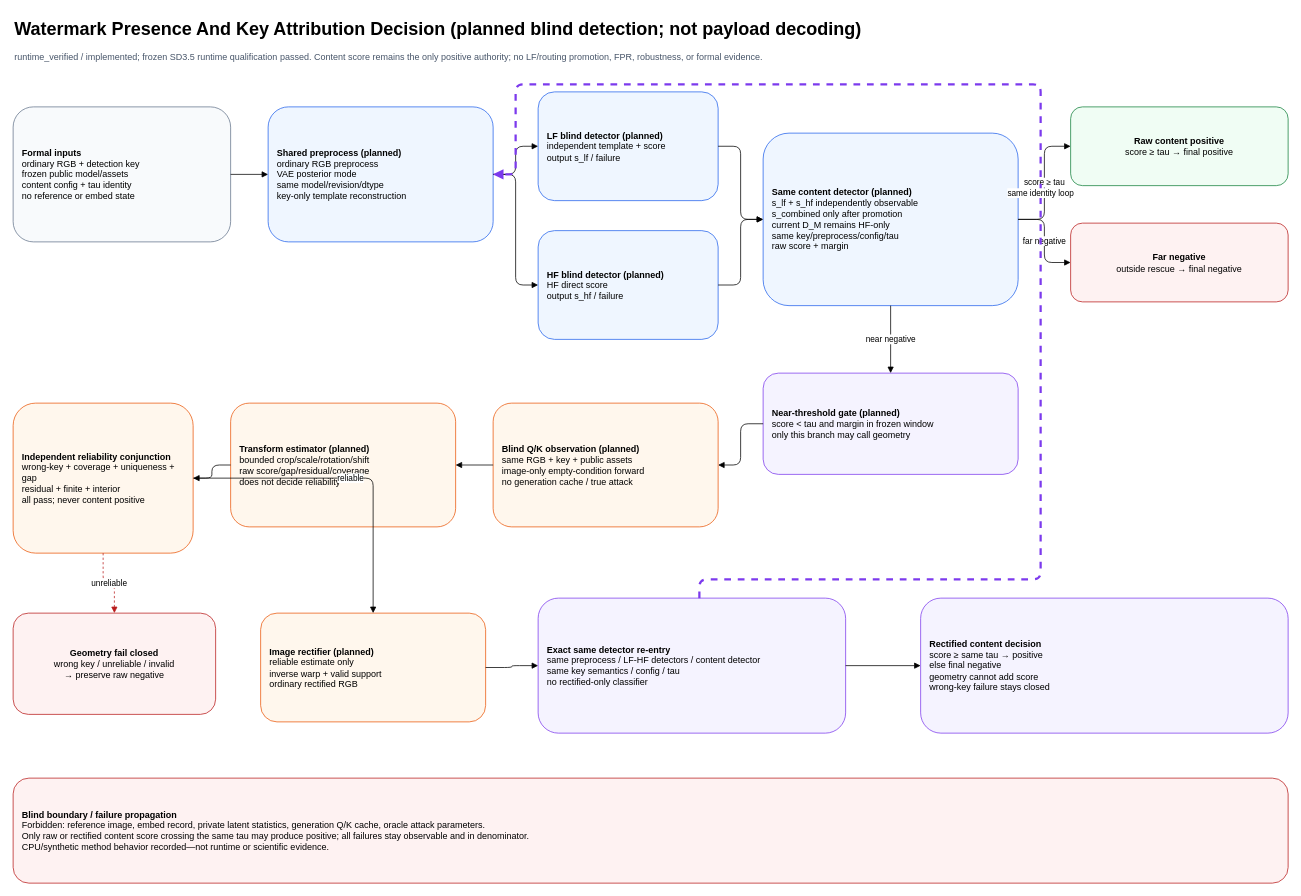
RICHAAARC/CEG-WM keeps this draw.io diagram as docs/design/diagrams/watermark_detection_and_key_attribution.drawio. Above is the earlier version. Source tidied: cells renumbered, new cells numbered last; positions are measured from the earlier drawing's top-left corner, leaving out a move shared by most shapes. Both pictures are drawn from the tidied source at 75%, with x=0, y=0 at pixel (13, 13).
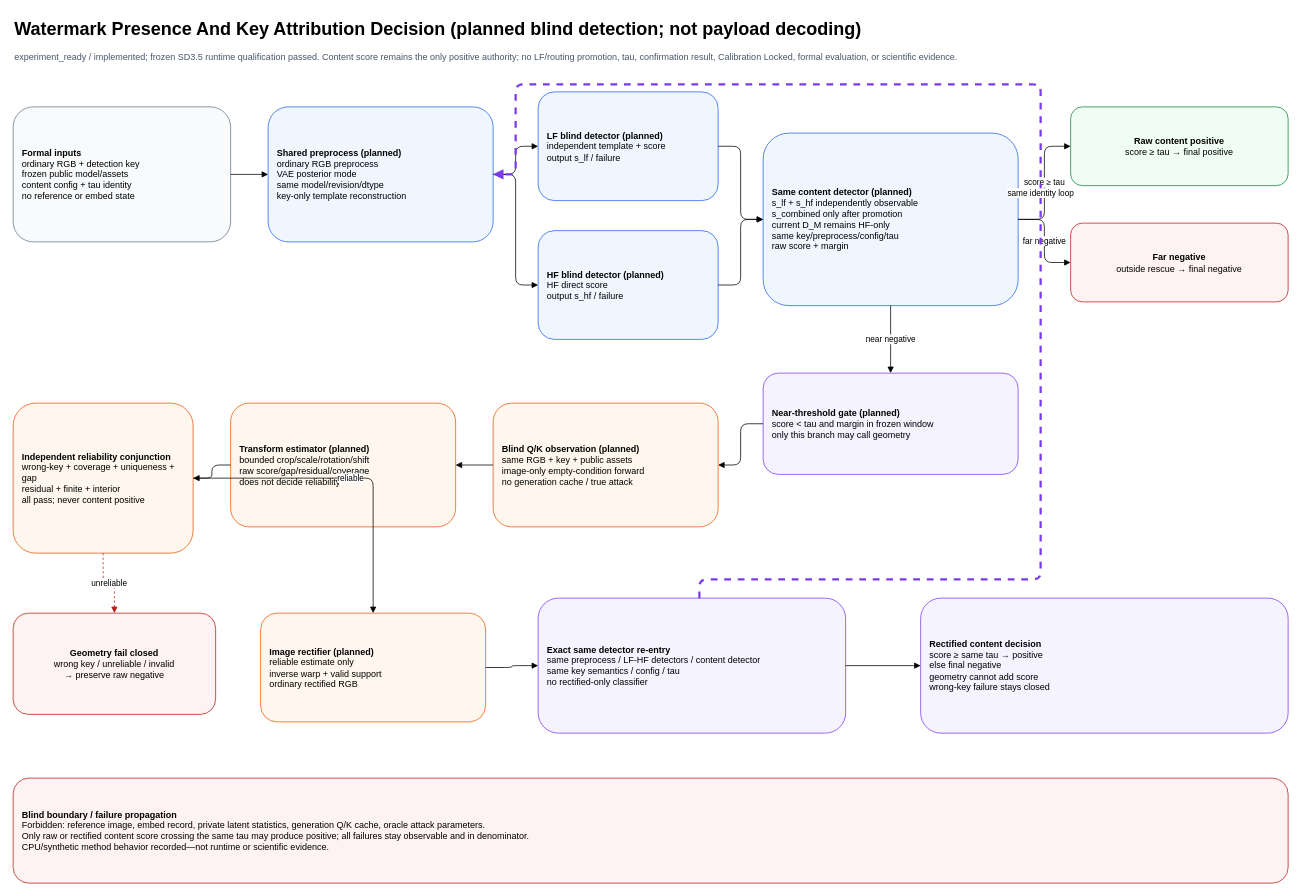
Above is the later version.

Change to the diagram source:
```diff
@@
-    <mxCell id="3" value="runtime_verified / implemented; frozen SD3.5 runtime qualification passed. Content score remains the only positive authority; no LF/routing promotion, FPR, robustness, or formal evidence." style="text;html=1;fontSize=12;align=left;fontColor=#475569;" parent="1" vertex="1">
+    <mxCell id="3" value="experiment_ready / implemented; frozen SD3.5 runtime qualification passed. Content score remains the only positive authority; no LF/routing promotion, tau, confirmation result, Calibration Locked, formal evaluation, or scientific evidence." style="text;html=1;fontSize=12;align=left;fontColor=#475569;" parent="1" vertex="1">
       <mxGeometry y="45" width="1500" height="45" as="geometry" />
     </mxCell>
```
